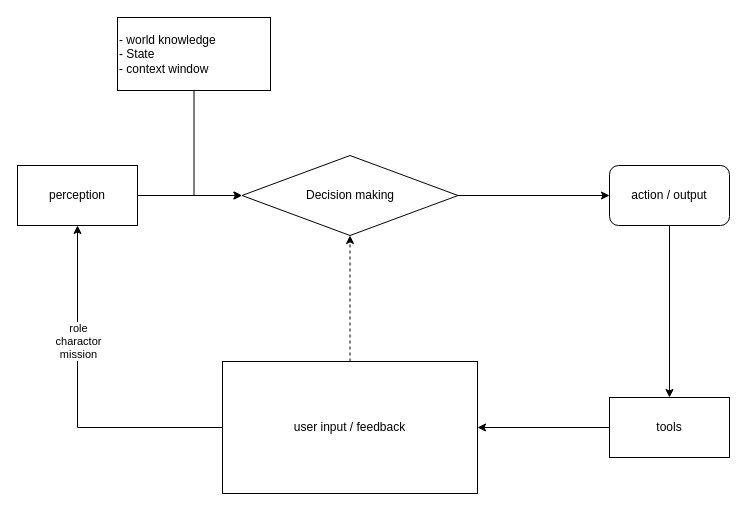
The draw.io diagram autogpt.drawio in CaptainCCCP/Draw-io-cloud, before the edit. Source tidied: cells renumbered, new cells numbered last; positions are measured from the earlier drawing's top-left corner, leaving out a move shared by most shapes. Both pictures are drawn from the tidied source at 100%, with x=0, y=0 at pixel (17, 17).
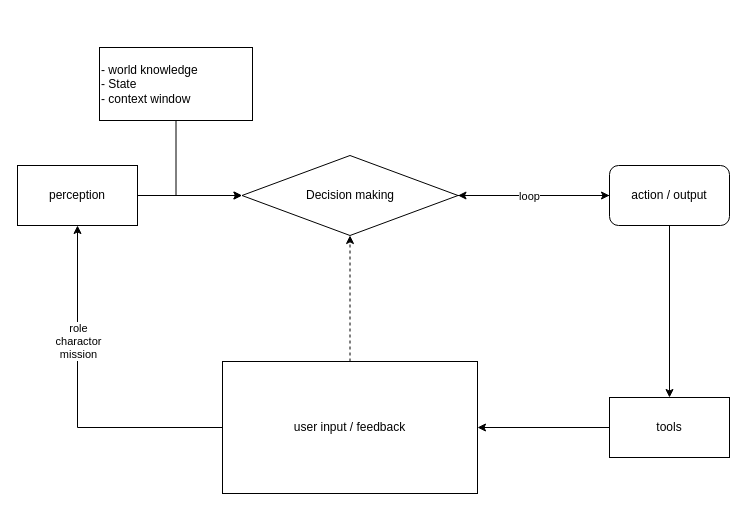
The same diagram, later.

The edit, as a diff of the source:
```diff
@@
 <mxGraphModel>
   <root>
     <mxCell id="0" />
     <mxCell id="1" parent="0" />
     <mxCell id="2" style="edgeStyle=orthogonalEdgeStyle;rounded=0;jettySize=auto;html=1;exitX=1;exitY=0.5;exitDx=0;exitDy=0;entryX=0;entryY=0.5;entryDx=0;entryDy=0;" parent="1" edge="1" source="3" target="7">
       <mxGeometry relative="1" as="geometry" />
     </mxCell>
     <mxCell id="3" value="perception" style="rounded=0;whiteSpace=wrap;html=1;" parent="1" vertex="1">
       <mxGeometry y="148" width="120" height="60" as="geometry" />
     </mxCell>
     <mxCell id="4" style="edgeStyle=orthogonalEdgeStyle;rounded=0;jettySize=auto;html=1;exitX=0.5;exitY=1;exitDx=0;exitDy=0;entryX=0;entryY=0.5;entryDx=0;entryDy=0;" parent="1" edge="1" source="5" target="7">
       <mxGeometry relative="1" as="geometry" />
     </mxCell>
     <mxCell id="5" value="- world knowledge&lt;br&gt;- State&lt;br&gt;- context window" style="rounded=0;whiteSpace=wrap;html=1;align=left;" parent="1" vertex="1">
-      <mxGeometry x="100" width="153" height="73" as="geometry" />
+      <mxGeometry x="82" y="30" width="153" height="73" as="geometry" />
     </mxCell>
     <mxCell id="6" style="edgeStyle=orthogonalEdgeStyle;rounded=0;jettySize=auto;html=1;exitX=1;exitY=0.5;exitDx=0;exitDy=0;entryX=0;entryY=0.5;entryDx=0;entryDy=0;" parent="1" edge="1" source="7" target="15">
       <mxGeometry relative="1" as="geometry" />
     </mxCell>
     <mxCell id="7" value="Decision making" style="rhombus;whiteSpace=wrap;html=1;" parent="1" vertex="1">
       <mxGeometry x="224.5" y="138" width="216" height="80" as="geometry" />
     </mxCell>
     <mxCell id="8" style="edgeStyle=orthogonalEdgeStyle;rounded=0;jettySize=auto;html=1;exitX=0;exitY=0.5;exitDx=0;exitDy=0;entryX=0.5;entryY=1;entryDx=0;entryDy=0;" parent="1" edge="1" source="11" target="3">
       <mxGeometry relative="1" as="geometry" />
     </mxCell>
     <mxCell id="9" value="role&lt;br&gt;charactor&lt;br&gt;mission" style="edgeLabel;html=1;align=center;verticalAlign=middle;" parent="8" vertex="1">
       <mxGeometry x="0.34" relative="1" as="geometry" />
     </mxCell>
     <mxCell id="10" style="edgeStyle=orthogonalEdgeStyle;rounded=0;jettySize=auto;html=1;exitX=0.5;exitY=0;exitDx=0;exitDy=0;dashed=1;" parent="1" edge="1" source="11" target="7">
       <mxGeometry relative="1" as="geometry" />
     </mxCell>
     <mxCell id="11" value="user input / feedback" style="rounded=0;whiteSpace=wrap;html=1;" parent="1" vertex="1">
       <mxGeometry x="205" y="344" width="255" height="132" as="geometry" />
     </mxCell>
     <mxCell id="12" style="edgeStyle=orthogonalEdgeStyle;rounded=0;jettySize=auto;html=1;exitX=0;exitY=0.5;exitDx=0;exitDy=0;entryX=1;entryY=0.5;entryDx=0;entryDy=0;" parent="1" edge="1" source="13" target="11">
       <mxGeometry relative="1" as="geometry" />
     </mxCell>
     <mxCell id="13" value="tools" style="rounded=0;whiteSpace=wrap;html=1;" parent="1" vertex="1">
       <mxGeometry x="592" y="380" width="120" height="60" as="geometry" />
     </mxCell>
     <mxCell id="14" style="edgeStyle=orthogonalEdgeStyle;rounded=0;jettySize=auto;html=1;exitX=0.5;exitY=1;exitDx=0;exitDy=0;" parent="1" edge="1" source="15" target="13">
       <mxGeometry relative="1" as="geometry" />
     </mxCell>
+    <mxCell id="16" style="edgeStyle=orthogonalEdgeStyle;rounded=0;jettySize=auto;html=1;exitX=0;exitY=0.5;exitDx=0;exitDy=0;entryX=1;entryY=0.5;entryDx=0;entryDy=0;" parent="1" edge="1" source="15" target="7">
+      <mxGeometry relative="1" as="geometry" />
+    </mxCell>
+    <mxCell id="17" value="loop" style="edgeLabel;html=1;align=center;verticalAlign=middle;" parent="16" vertex="1">
+      <mxGeometry x="0.21" y="1" relative="1" as="geometry">
+        <mxPoint x="11" y="-1" as="offset" />
+      </mxGeometry>
+    </mxCell>
     <mxCell id="15" value="action / output" style="rounded=1;whiteSpace=wrap;html=1;" parent="1" vertex="1">
       <mxGeometry x="592" y="148" width="120" height="60" as="geometry" />
     </mxCell>
   </root>
 </mxGraphModel>
```
